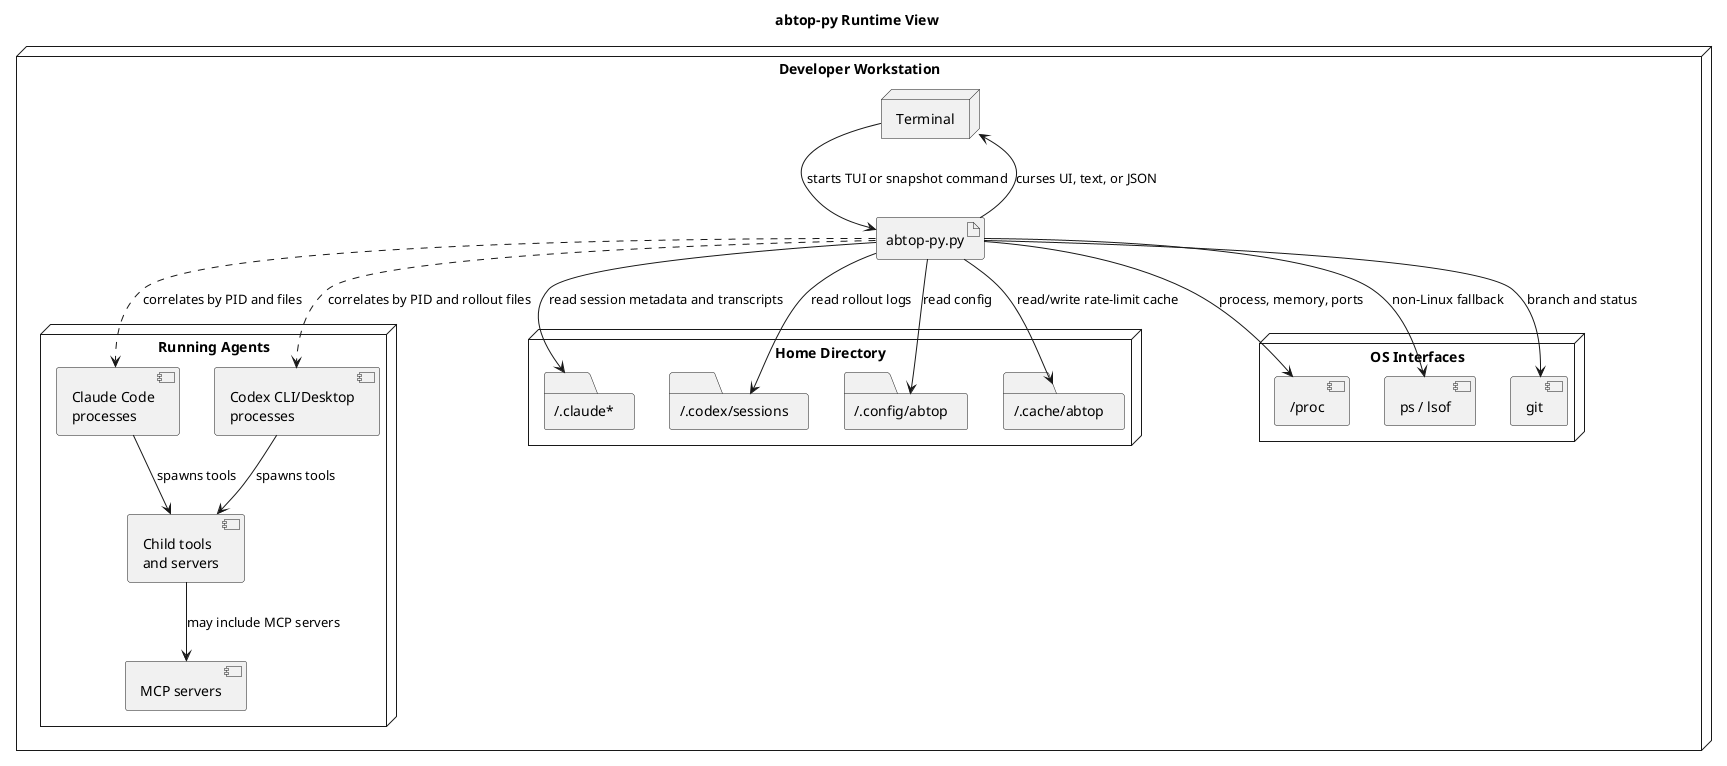
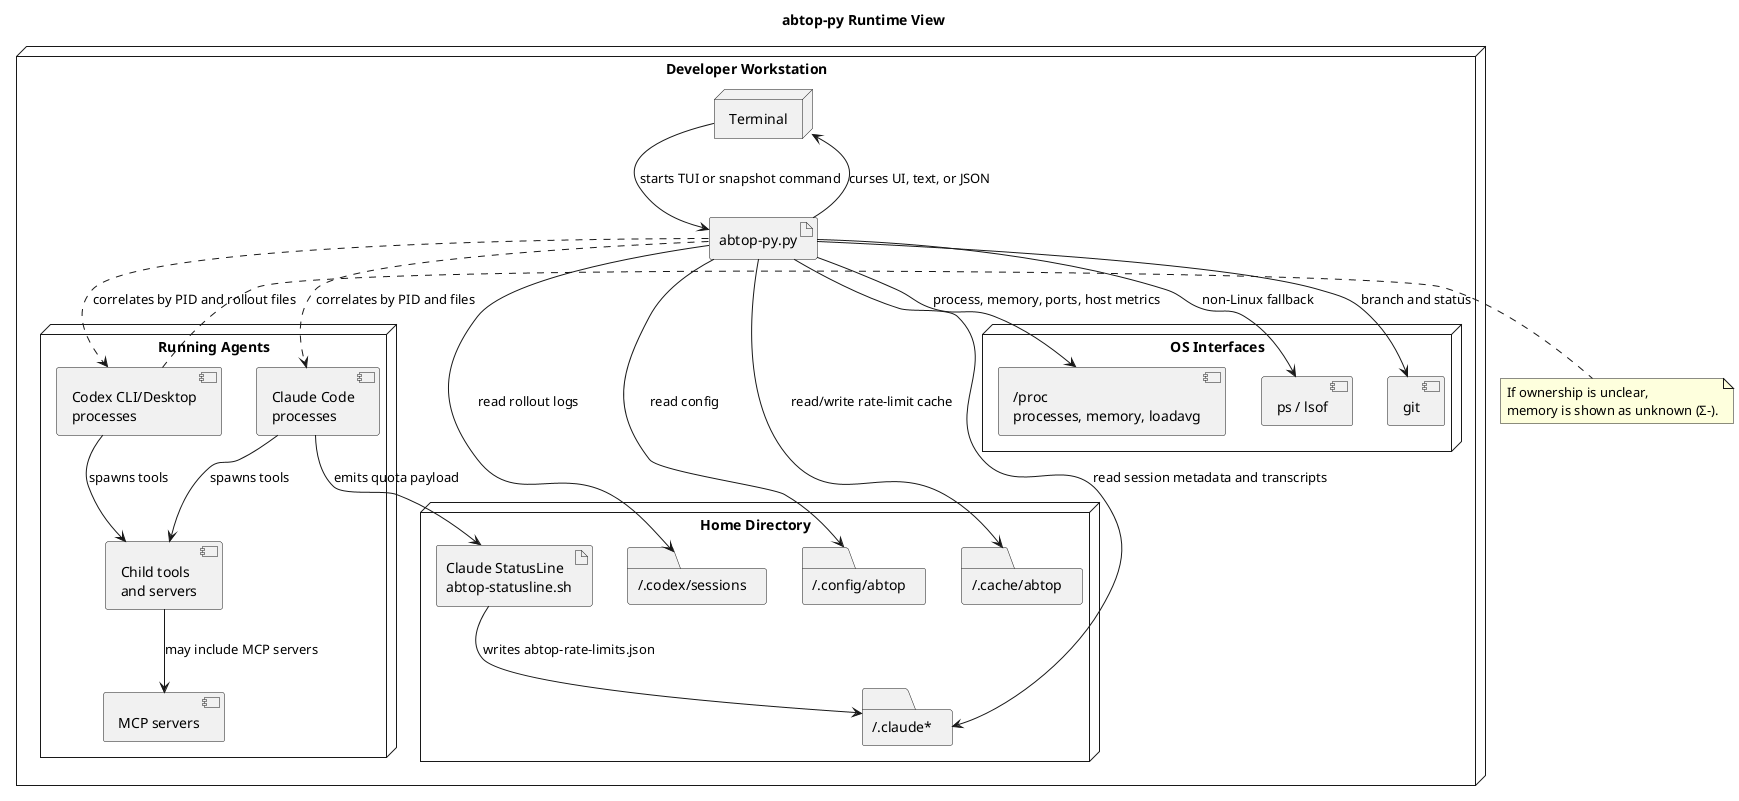
@startuml
title abtop-py Runtime View

skinparam shadowing false

node "Developer Workstation" as Host {
  node "Terminal" as Terminal
  artifact "abtop-py.py" as App

  node "Running Agents" as Agents {
    component "Claude Code\nprocesses" as ClaudeProc
    component "Codex CLI/Desktop\nprocesses" as CodexProc
    component "Child tools\nand servers" as ChildProc
    component "MCP servers" as McpProc
  }

  node "Home Directory" as Home {
    folder "~/.claude*" as ClaudeFiles
    folder "~/.codex/sessions" as CodexFiles
    folder "~/.config/abtop" as ConfigFiles
    folder "~/.cache/abtop" as CacheFiles
+     artifact "Claude StatusLine\nabtop-statusline.sh" as StatusLine
  }

  node "OS Interfaces" as OS {
-     component "/proc" as ProcFs
+     component "/proc\nprocesses, memory, loadavg" as ProcFs
    component "ps / lsof" as PsLsof
    component "git" as Git
  }
}

Terminal --> App : starts TUI or snapshot command
App --> ClaudeFiles : read session metadata and transcripts
App --> CodexFiles : read rollout logs
App --> ConfigFiles : read config
App --> CacheFiles : read/write rate-limit cache
- App --> ProcFs : process, memory, ports
+ App --> ProcFs : process, memory, ports, host metrics
App --> PsLsof : non-Linux fallback
App --> Git : branch and status
App --> Terminal : curses UI, text, or JSON

+ ClaudeProc --> StatusLine : emits quota payload
+ StatusLine --> ClaudeFiles : writes abtop-rate-limits.json
ClaudeProc --> ChildProc : spawns tools
CodexProc --> ChildProc : spawns tools
ChildProc --> McpProc : may include MCP servers
App ..> ClaudeProc : correlates by PID and files
App ..> CodexProc : correlates by PID and rollout files
+ note right of CodexProc
+ If ownership is unclear,
+ memory is shown as unknown (Σ-).
+ end note
@enduml
